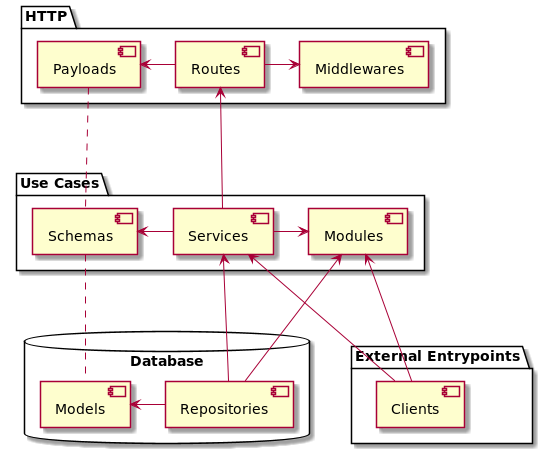
Earlier version of the PlantUML export images/architecture/diagram.png (senavs/python-webservice-architecture). Source of this version:
```plantuml
@startuml

package "HTTP" {
    [Payloads] <- [Routes]
    [Routes] -> [Middlewares]
}

package "Use Cases" {
    [Services] -> [Modules]
    [Schemas] <- [Services]

    [Routes] <--- [Services]
    [Payloads] ... [Schemas]
}

package "External Entrypoints" {
    [Services] <--- [Clients]
    [Modules] <--- [Clients]
}

database "Database" {
    [Models] <- [Repositories]

    [Modules] <--- [Repositories]
    [Services] <--- [Repositories]
    [Schemas] ... [Models]
}

@enduml
```
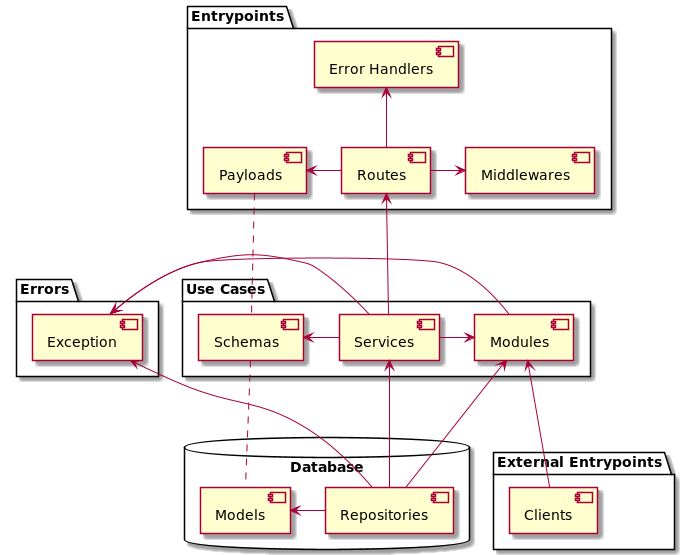
The same file after the commit.

Commit message:
docs: add Errors component

Change to the diagram source:
```diff
@@ -1,8 +1,13 @@
 @startuml
 
-package "HTTP" {
+package "Entrypoints" {
+    [Error Handlers] <-- [Routes]
     [Payloads] <- [Routes]
     [Routes] -> [Middlewares]
+}
+
+package "Errors" {
+    [Exception]
 }
 
 package "Use Cases" {
@@ -10,11 +15,12 @@
     [Schemas] <- [Services]
 
     [Routes] <--- [Services]
+    [Exception] <- [Services]
+    [Exception] <- [Modules]
     [Payloads] ... [Schemas]
 }
 
 package "External Entrypoints" {
-    [Services] <--- [Clients]
     [Modules] <--- [Clients]
 }
 
@@ -23,6 +29,7 @@
 
     [Modules] <--- [Repositories]
     [Services] <--- [Repositories]
+    [Exception] <-- [Repositories]
     [Schemas] ... [Models]
 }
 
```
